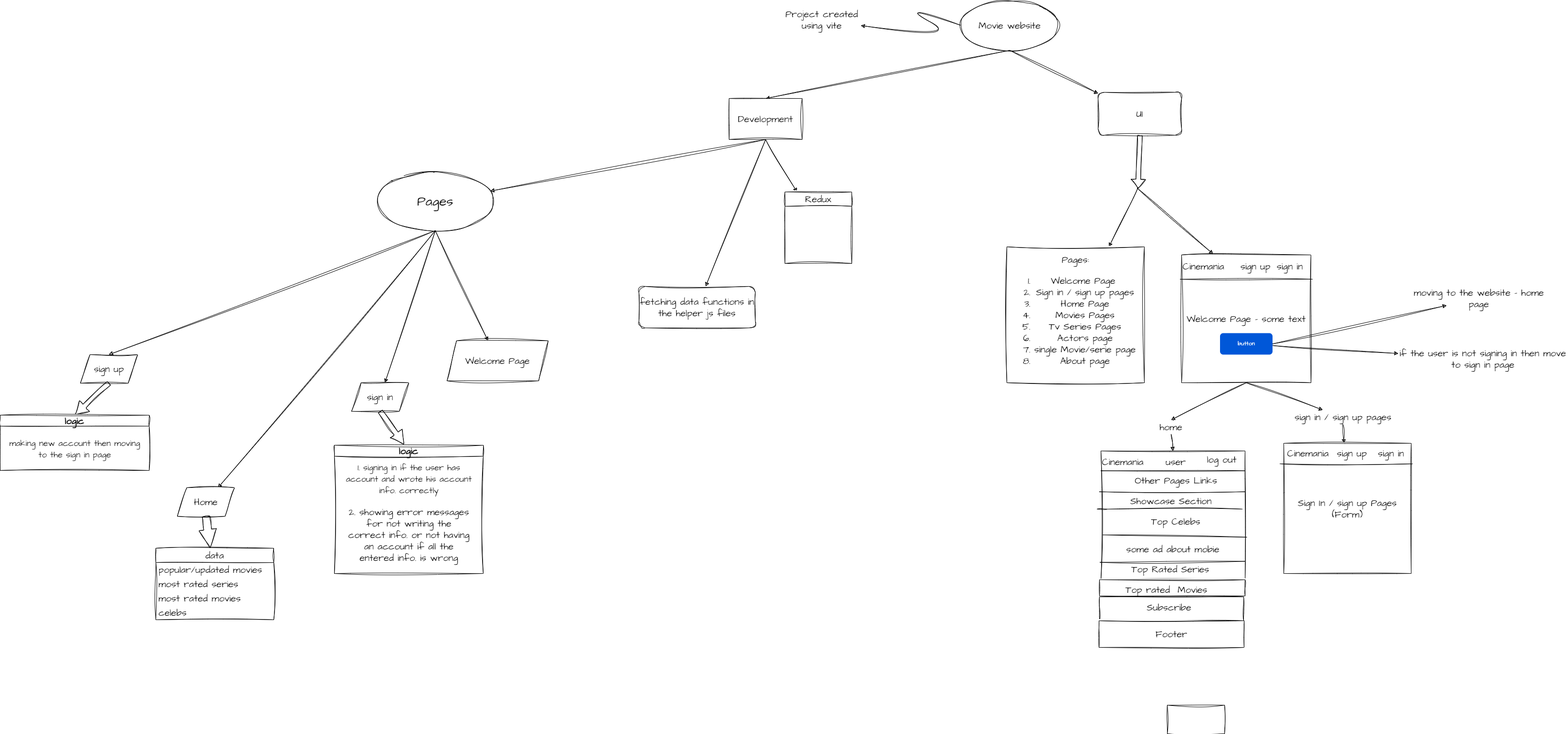
This is Cinemania Project.png from AbdulrahmanIsmael/Cinemania_website, a draw.io export, as it was before one commit. Source tidied: cells renumbered, new cells last; positions are measured from the earlier drawing's top-left corner, leaving out a move shared by most shapes.
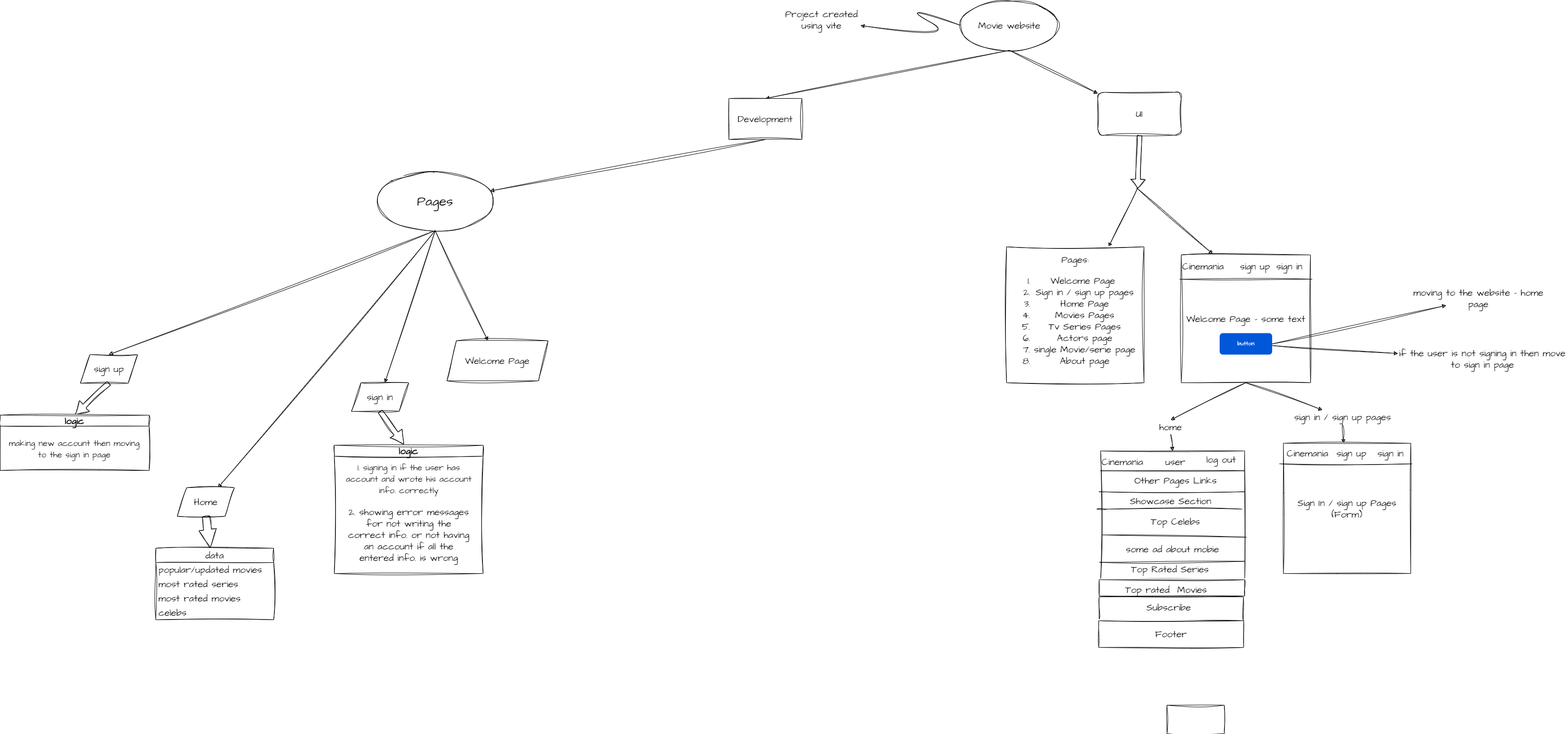
The same file after the commit.

Diff of the diagram source:
```diff
@@ -49,18 +49,6 @@
     <mxCell id="14" value="Development" style="whiteSpace=wrap;html=1;sketch=1;hachureGap=4;jiggle=2;curveFitting=1;fontFamily=Architects Daughter;fontSource=https%3A%2F%2Ffonts.googleapis.com%2Fcss%3Ffamily%3DArchitects%2BDaughter;fontSize=20;" parent="1" vertex="1">
       <mxGeometry x="1527" y="206" width="153" height="86" as="geometry" />
     </mxCell>
-    <mxCell id="15" style="endArrow=classic;html=1;rounded=0;sketch=1;hachureGap=4;jiggle=2;curveFitting=1;fontFamily=Architects Daughter;fontSource=https%3A%2F%2Ffonts.googleapis.com%2Fcss%3Ffamily%3DArchitects%2BDaughter;fontSize=16;exitX=0.5;exitY=1;exitDx=0;exitDy=0;" parent="1" edge="1" source="14" target="16">
-      <mxGeometry relative="1" as="geometry" />
-    </mxCell>
-    <mxCell id="16" value="Redux" style="swimlane;fontStyle=0;horizontal=1;startSize=30;whiteSpace=wrap;html=1;sketch=1;hachureGap=4;jiggle=2;curveFitting=1;fontFamily=Architects Daughter;fontSource=https%3A%2F%2Ffonts.googleapis.com%2Fcss%3Ffamily%3DArchitects%2BDaughter;fontSize=20;" parent="1" vertex="1">
-      <mxGeometry x="1644" y="402" width="140" height="150" as="geometry" />
-    </mxCell>
-    <mxCell id="17" style="endArrow=classic;html=1;rounded=0;sketch=1;hachureGap=4;jiggle=2;curveFitting=1;fontFamily=Architects Daughter;fontSource=https%3A%2F%2Ffonts.googleapis.com%2Fcss%3Ffamily%3DArchitects%2BDaughter;fontSize=16;exitX=0.5;exitY=1;exitDx=0;exitDy=0;" parent="1" edge="1" source="14" target="18">
-      <mxGeometry relative="1" as="geometry" />
-    </mxCell>
-    <mxCell id="18" value="fetching data functions in the helper js files" style="rounded=1;whiteSpace=wrap;html=1;sketch=1;hachureGap=4;jiggle=2;curveFitting=1;fontFamily=Architects Daughter;fontSource=https%3A%2F%2Ffonts.googleapis.com%2Fcss%3Ffamily%3DArchitects%2BDaughter;fontSize=20;" parent="1" vertex="1">
-      <mxGeometry x="1338" y="600" width="244" height="87" as="geometry" />
-    </mxCell>
     <mxCell id="19" style="endArrow=classic;html=1;rounded=0;sketch=1;hachureGap=4;jiggle=2;curveFitting=1;fontFamily=Architects Daughter;fontSource=https%3A%2F%2Ffonts.googleapis.com%2Fcss%3Ffamily%3DArchitects%2BDaughter;fontSize=16;exitX=0.5;exitY=1;exitDx=0;exitDy=0;" parent="1" edge="1" source="14" target="20">
       <mxGeometry relative="1" as="geometry" />
     </mxCell>
```
